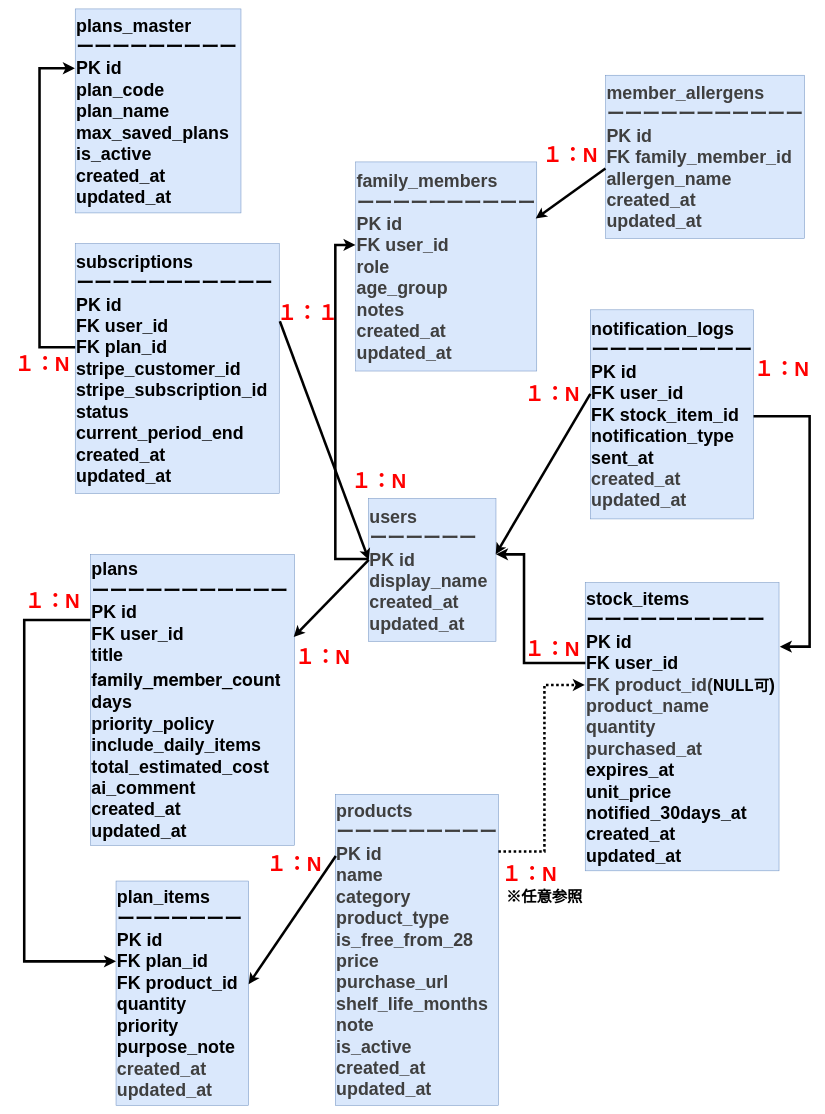
Above: docs/db/sonaeare-er.drawio in aya425/sonae-are (draw.io), before the change. Source tidied: cells renumbered, new cells numbered last; positions are measured from the earlier drawing's top-left corner, leaving out a move shared by most shapes. Both pictures are drawn from the tidied source at 51%, with x=0, y=0 at pixel (9, 9).
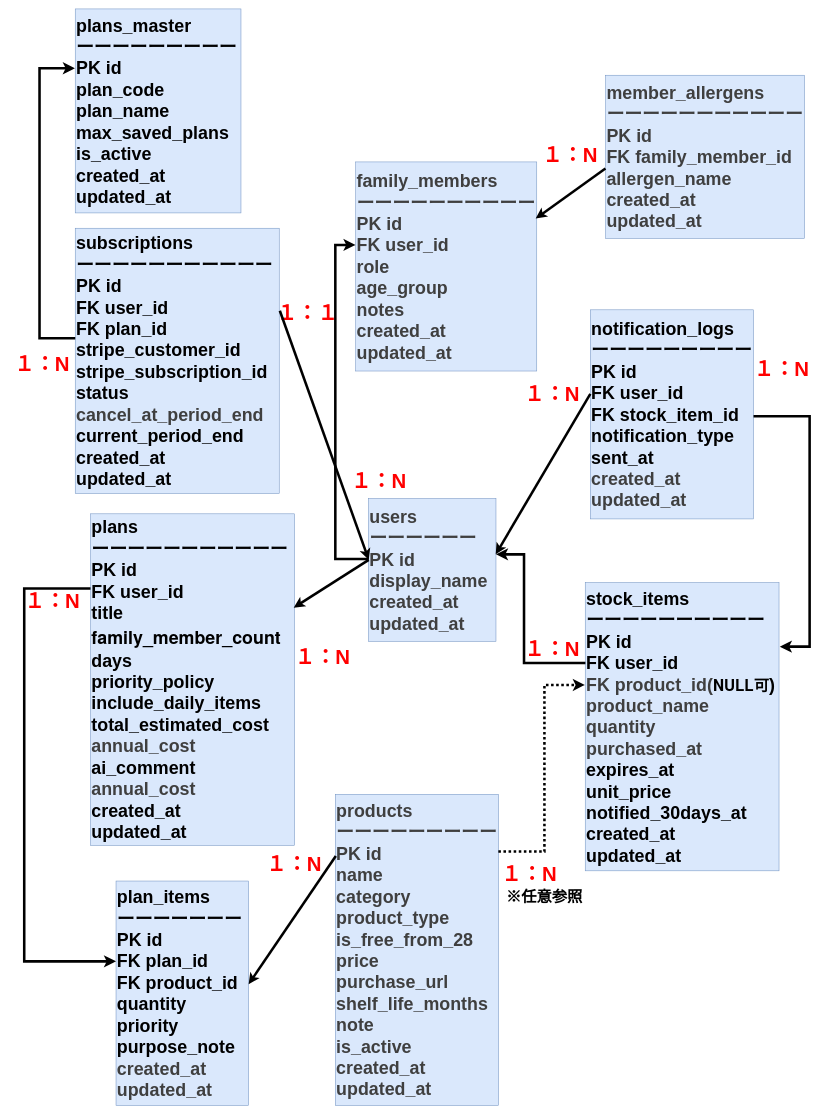
After the change.

What changed in the source:
```diff
@@
-    <mxCell id="5" value="&lt;div&gt;&lt;font style=&quot;font-size: 35px;&quot; color=&quot;#000000&quot;&gt;&lt;b&gt;plans&lt;/b&gt;&lt;/font&gt;&lt;/div&gt;&lt;div&gt;&lt;font style=&quot;font-size: 35px;&quot; color=&quot;#000000&quot;&gt;&lt;b&gt;ーーーーーーーーーーー&lt;/b&gt;&lt;/font&gt;&lt;/div&gt;&lt;div&gt;&lt;font style=&quot;font-size: 35px;&quot; color=&quot;#000000&quot;&gt;&lt;b&gt;PK id&lt;/b&gt;&lt;/font&gt;&lt;/div&gt;&lt;div&gt;&lt;font style=&quot;font-size: 35px;&quot; color=&quot;#000000&quot;&gt;&lt;b&gt;FK user_id&lt;/b&gt;&lt;/font&gt;&lt;/div&gt;&lt;div&gt;&lt;font style=&quot;font-size: 35px;&quot; color=&quot;#000000&quot;&gt;&lt;b&gt;title&lt;/b&gt;&lt;/font&gt;&lt;/div&gt;&lt;div&gt;&lt;font style=&quot;font-size: 35px;&quot; color=&quot;#000000&quot;&gt;&lt;p style=&quot;margin: 0px; font-variant-numeric: normal; font-variant-east-asian: normal; font-variant-alternates: normal; font-size-adjust: none; font-kerning: auto; font-optical-sizing: auto; font-feature-settings: normal; font-variation-settings: normal; font-variant-position: normal; font-variant-emoji: normal; font-stretch: normal; line-height: normal; font-family: &amp;quot;Helvetica Neue&amp;quot;; color: rgb(0, 0, 0);&quot; class=&quot;p1&quot;&gt;&lt;b&gt;family_member_count&lt;/b&gt;&lt;/p&gt;&lt;/font&gt;&lt;/div&gt;&lt;div&gt;&lt;font style=&quot;font-size: 35px;&quot; color=&quot;#000000&quot;&gt;&lt;b&gt;days&lt;/b&gt;&lt;/font&gt;&lt;/div&gt;&lt;div&gt;&lt;font style=&quot;font-size: 35px;&quot; color=&quot;#000000&quot;&gt;&lt;b&gt;priority_policy&lt;/b&gt;&lt;/font&gt;&lt;/div&gt;&lt;div&gt;&lt;font style=&quot;font-size: 35px;&quot; color=&quot;#000000&quot;&gt;&lt;b&gt;include_daily_items&lt;/b&gt;&lt;/font&gt;&lt;/div&gt;&lt;div&gt;&lt;font style=&quot;font-size: 35px;&quot; color=&quot;#000000&quot;&gt;&lt;b&gt;total_estimated_cost&lt;/b&gt;&lt;/font&gt;&lt;/div&gt;&lt;div&gt;&lt;font style=&quot;font-size: 35px;&quot; color=&quot;#000000&quot;&gt;&lt;b&gt;ai_comment&lt;/b&gt;&lt;/font&gt;&lt;/div&gt;&lt;div&gt;&lt;font style=&quot;font-size: 35px;&quot; color=&quot;#000000&quot;&gt;&lt;b&gt;created_at&lt;/b&gt;&lt;/font&gt;&lt;/div&gt;&lt;div&gt;&lt;font style=&quot;font-size: 35px;&quot; color=&quot;#000000&quot;&gt;&lt;b&gt;updated_at&lt;/b&gt;&lt;/font&gt;&lt;/div&gt;" style="rounded=0;whiteSpace=wrap;html=1;fillColor=#dae8fc;strokeColor=#6c8ebf;align=left;" parent="1" vertex="1">
-      <mxGeometry x="160" y="1070" width="400" height="570" as="geometry" />
+    <mxCell id="5" value="&lt;div&gt;&lt;font style=&quot;font-size: 35px;&quot; color=&quot;#000000&quot;&gt;&lt;b&gt;plans&lt;/b&gt;&lt;/font&gt;&lt;/div&gt;&lt;div&gt;&lt;font style=&quot;font-size: 35px;&quot; color=&quot;#000000&quot;&gt;&lt;b&gt;ーーーーーーーーーーー&lt;/b&gt;&lt;/font&gt;&lt;/div&gt;&lt;div&gt;&lt;font style=&quot;font-size: 35px;&quot; color=&quot;#000000&quot;&gt;&lt;b&gt;PK id&lt;/b&gt;&lt;/font&gt;&lt;/div&gt;&lt;div&gt;&lt;font style=&quot;font-size: 35px;&quot; color=&quot;#000000&quot;&gt;&lt;b&gt;FK user_id&lt;/b&gt;&lt;/font&gt;&lt;/div&gt;&lt;div&gt;&lt;font style=&quot;font-size: 35px;&quot; color=&quot;#000000&quot;&gt;&lt;b&gt;title&lt;/b&gt;&lt;/font&gt;&lt;/div&gt;&lt;div&gt;&lt;font style=&quot;font-size: 35px;&quot; color=&quot;#000000&quot;&gt;&lt;p style=&quot;margin: 0px; font-variant-numeric: normal; font-variant-east-asian: normal; font-variant-alternates: normal; font-size-adjust: none; font-kerning: auto; font-optical-sizing: auto; font-feature-settings: normal; font-variation-settings: normal; font-variant-position: normal; font-variant-emoji: normal; font-stretch: normal; line-height: normal; font-family: &amp;quot;Helvetica Neue&amp;quot;; color: rgb(0, 0, 0);&quot; class=&quot;p1&quot;&gt;&lt;b&gt;family_member_count&lt;/b&gt;&lt;/p&gt;&lt;/font&gt;&lt;/div&gt;&lt;div&gt;&lt;font style=&quot;font-size: 35px;&quot; color=&quot;#000000&quot;&gt;&lt;b&gt;days&lt;/b&gt;&lt;/font&gt;&lt;/div&gt;&lt;div&gt;&lt;font style=&quot;font-size: 35px;&quot; color=&quot;#000000&quot;&gt;&lt;b&gt;priority_policy&lt;/b&gt;&lt;/font&gt;&lt;/div&gt;&lt;div&gt;&lt;font style=&quot;font-size: 35px;&quot; color=&quot;#000000&quot;&gt;&lt;b&gt;include_daily_items&lt;/b&gt;&lt;/font&gt;&lt;/div&gt;&lt;div&gt;&lt;font style=&quot;font-size: 35px;&quot; color=&quot;#000000&quot;&gt;&lt;b&gt;total_estimated_cost&lt;/b&gt;&lt;/font&gt;&lt;/div&gt;&lt;div&gt;&lt;span style=&quot;color: rgb(63, 63, 63); background-color: transparent;&quot;&gt;&lt;font style=&quot;font-size: 35px;&quot;&gt;&lt;b&gt;annual_cost&lt;/b&gt;&lt;/font&gt;&lt;/span&gt;&lt;/div&gt;&lt;div&gt;&lt;font style=&quot;font-size: 35px;&quot; color=&quot;#000000&quot;&gt;&lt;b&gt;ai_comment&lt;/b&gt;&lt;/font&gt;&lt;/div&gt;&lt;div&gt;&lt;span style=&quot;color: rgb(63, 63, 63); background-color: transparent;&quot;&gt;&lt;font style=&quot;font-size: 35px;&quot;&gt;&lt;b&gt;annual_cost&lt;/b&gt;&lt;/font&gt;&lt;/span&gt;&lt;/div&gt;&lt;div&gt;&lt;font style=&quot;font-size: 35px;&quot; color=&quot;#000000&quot;&gt;&lt;b&gt;created_at&lt;/b&gt;&lt;/font&gt;&lt;/div&gt;&lt;div&gt;&lt;font style=&quot;font-size: 35px;&quot; color=&quot;#000000&quot;&gt;&lt;b&gt;updated_at&lt;/b&gt;&lt;/font&gt;&lt;/div&gt;" style="rounded=0;whiteSpace=wrap;html=1;fillColor=#dae8fc;strokeColor=#6c8ebf;align=left;" parent="1" vertex="1">
+      <mxGeometry x="160" y="990" width="400" height="650" as="geometry" />
     </mxCell>
@@
-    <mxCell id="8" value="&lt;div&gt;&lt;font style=&quot;font-size: 35px;&quot; color=&quot;#000000&quot;&gt;&lt;b&gt;subscriptions&lt;/b&gt;&lt;/font&gt;&lt;/div&gt;&lt;div&gt;&lt;span style=&quot;background-color: transparent;&quot;&gt;&lt;font style=&quot;font-size: 35px;&quot;&gt;&lt;b&gt;ーーーーーーーーーーー&lt;/b&gt;&lt;/font&gt;&lt;/span&gt;&lt;/div&gt;&lt;div&gt;&lt;span style=&quot;background-color: transparent;&quot;&gt;&lt;font style=&quot;font-size: 35px;&quot;&gt;&lt;b&gt;PK id&lt;/b&gt;&lt;/font&gt;&lt;/span&gt;&lt;/div&gt;&lt;div&gt;&lt;font style=&quot;font-size: 35px;&quot; color=&quot;#000000&quot;&gt;&lt;b&gt;FK user_id&lt;/b&gt;&lt;/font&gt;&lt;/div&gt;&lt;div&gt;&lt;font style=&quot;font-size: 35px;&quot; color=&quot;#000000&quot;&gt;&lt;b&gt;FK plan_id&lt;/b&gt;&lt;/font&gt;&lt;/div&gt;&lt;div&gt;&lt;font style=&quot;font-size: 35px;&quot; color=&quot;#000000&quot;&gt;&lt;b&gt;stripe_customer_id&lt;/b&gt;&lt;/font&gt;&lt;/div&gt;&lt;div&gt;&lt;font style=&quot;font-size: 35px;&quot; color=&quot;#000000&quot;&gt;&lt;b&gt;stripe_subscription_id&lt;/b&gt;&lt;/font&gt;&lt;/div&gt;&lt;div&gt;&lt;font style=&quot;font-size: 35px;&quot; color=&quot;#000000&quot;&gt;&lt;b&gt;status&lt;/b&gt;&lt;/font&gt;&lt;/div&gt;&lt;div&gt;&lt;font style=&quot;font-size: 35px;&quot; color=&quot;#000000&quot;&gt;&lt;b&gt;current_period_end&lt;/b&gt;&lt;/font&gt;&lt;/div&gt;&lt;div&gt;&lt;font style=&quot;font-size: 35px;&quot; color=&quot;#000000&quot;&gt;&lt;b&gt;created_at&lt;/b&gt;&lt;/font&gt;&lt;/div&gt;&lt;div&gt;&lt;font style=&quot;font-size: 35px;&quot; color=&quot;#000000&quot;&gt;&lt;b&gt;updated_at&lt;/b&gt;&lt;/font&gt;&lt;/div&gt;" style="rounded=0;whiteSpace=wrap;html=1;fillColor=#dae8fc;strokeColor=#6c8ebf;align=left;" parent="1" vertex="1">
-      <mxGeometry x="130" y="460" width="400" height="490" as="geometry" />
+    <mxCell id="8" value="&lt;div&gt;&lt;font style=&quot;font-size: 35px;&quot; color=&quot;#000000&quot;&gt;&lt;b&gt;subscriptions&lt;/b&gt;&lt;/font&gt;&lt;/div&gt;&lt;div&gt;&lt;span style=&quot;background-color: transparent;&quot;&gt;&lt;font style=&quot;font-size: 35px;&quot;&gt;&lt;b&gt;ーーーーーーーーーーー&lt;/b&gt;&lt;/font&gt;&lt;/span&gt;&lt;/div&gt;&lt;div&gt;&lt;span style=&quot;background-color: transparent;&quot;&gt;&lt;font style=&quot;font-size: 35px;&quot;&gt;&lt;b&gt;PK id&lt;/b&gt;&lt;/font&gt;&lt;/span&gt;&lt;/div&gt;&lt;div&gt;&lt;font style=&quot;font-size: 35px;&quot; color=&quot;#000000&quot;&gt;&lt;b&gt;FK user_id&lt;/b&gt;&lt;/font&gt;&lt;/div&gt;&lt;div&gt;&lt;font style=&quot;font-size: 35px;&quot; color=&quot;#000000&quot;&gt;&lt;b&gt;FK plan_id&lt;/b&gt;&lt;/font&gt;&lt;/div&gt;&lt;div&gt;&lt;font style=&quot;font-size: 35px;&quot; color=&quot;#000000&quot;&gt;&lt;b&gt;stripe_customer_id&lt;/b&gt;&lt;/font&gt;&lt;/div&gt;&lt;div&gt;&lt;font style=&quot;font-size: 35px;&quot; color=&quot;#000000&quot;&gt;&lt;b&gt;stripe_subscription_id&lt;/b&gt;&lt;/font&gt;&lt;/div&gt;&lt;div&gt;&lt;font style=&quot;font-size: 35px;&quot; color=&quot;#000000&quot;&gt;&lt;b&gt;status&lt;/b&gt;&lt;/font&gt;&lt;/div&gt;&lt;div&gt;&lt;span style=&quot;color: rgb(63, 63, 63); background-color: transparent;&quot;&gt;&lt;font style=&quot;font-size: 35px;&quot;&gt;&lt;b&gt;c&lt;/b&gt;&lt;/font&gt;&lt;font style=&quot;font-size: 35px;&quot;&gt;&lt;b&gt;ancel_at_period_end&lt;/b&gt;&lt;/font&gt;&lt;/span&gt;&lt;/div&gt;&lt;div&gt;&lt;font style=&quot;font-size: 35px;&quot; color=&quot;#000000&quot;&gt;&lt;b&gt;current_period_end&lt;/b&gt;&lt;/font&gt;&lt;/div&gt;&lt;div&gt;&lt;font style=&quot;font-size: 35px;&quot; color=&quot;#000000&quot;&gt;&lt;b&gt;created_at&lt;/b&gt;&lt;/font&gt;&lt;/div&gt;&lt;div&gt;&lt;font style=&quot;font-size: 35px;&quot; color=&quot;#000000&quot;&gt;&lt;b&gt;updated_at&lt;/b&gt;&lt;/font&gt;&lt;/div&gt;" style="rounded=0;whiteSpace=wrap;html=1;fillColor=#dae8fc;strokeColor=#6c8ebf;align=left;" parent="1" vertex="1">
+      <mxGeometry x="130" y="430" width="400" height="520" as="geometry" />
     </mxCell>
```
